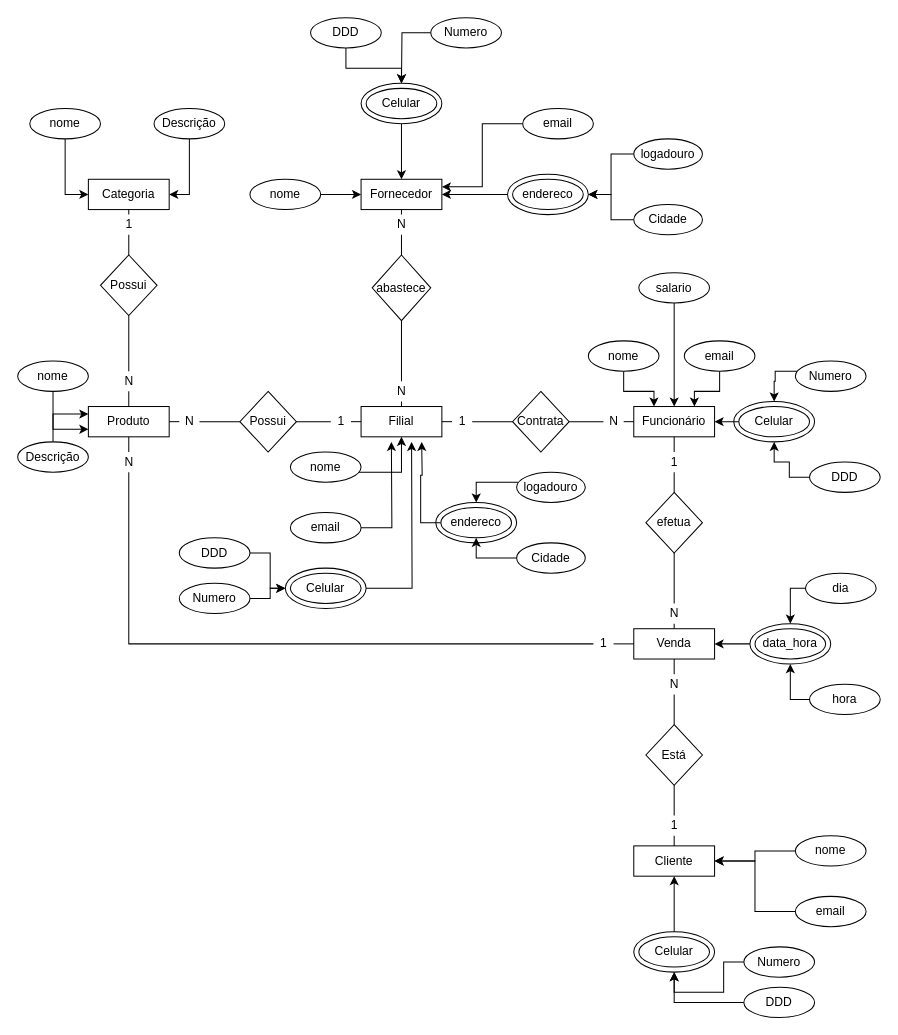
VaneskaSousa/database-subject keeps this draw.io diagram as TF03/TF03_1.drawio. Above is the earlier version. Source tidied: cells renumbered, new cells numbered last; positions are measured from the earlier drawing's top-left corner, leaving out a move shared by most shapes. Both pictures are drawn from the tidied source at 101%, with x=0, y=0 at pixel (17, 17).
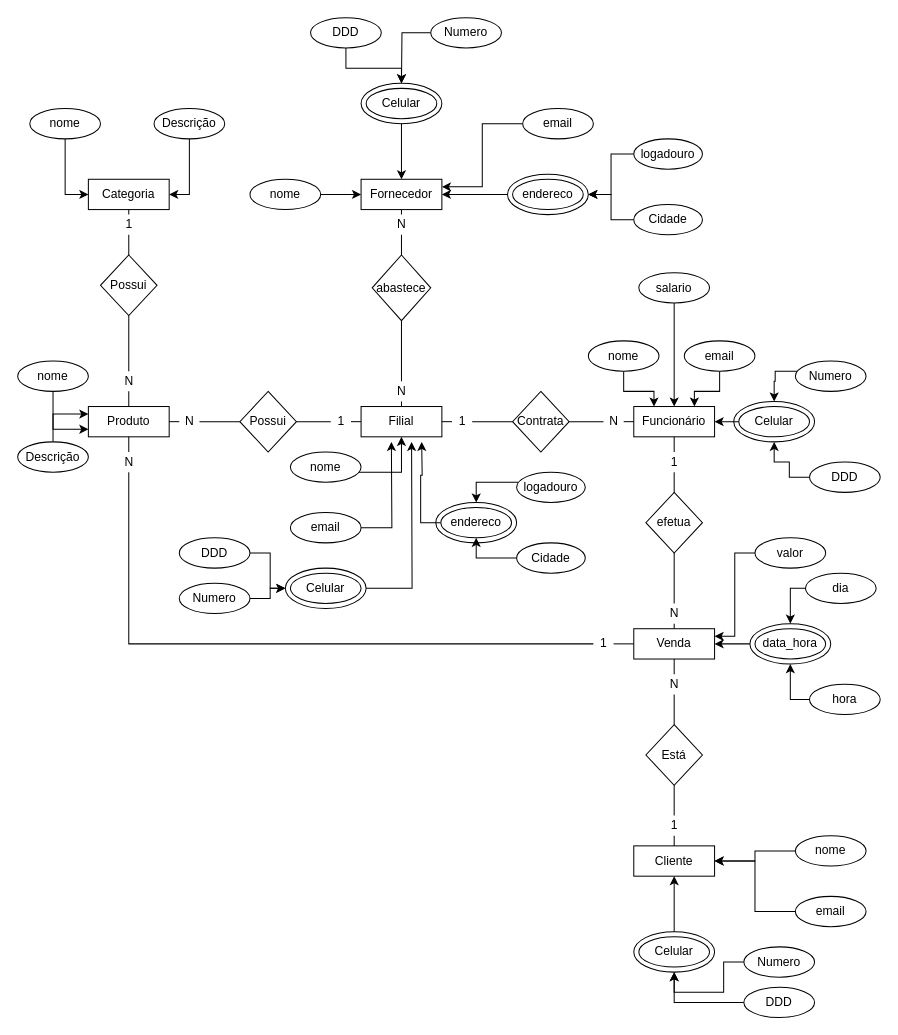
The same diagram, later.

Commit message (it also covers changes not shown here):
add valor atribute on TF03 MER exercise

Unchanged cells that the change refers to:
```xml
<mxCell id="5" value="Venda" style="rounded=0;whiteSpace=wrap;html=1;" parent="1" vertex="1">
  <mxGeometry x="610" y="605" width="80" height="30" as="geometry" />
</mxCell>
```

Change to the diagram source:
```diff
@@
+    <mxCell id="131" style="edgeStyle=orthogonalEdgeStyle;rounded=0;jettySize=auto;html=1;entryX=1;entryY=0.25;entryDx=0;entryDy=0;" parent="1" edge="1" source="132" target="5">
+      <mxGeometry relative="1" as="geometry" />
+    </mxCell>
+    <mxCell id="132" value="valor" style="ellipse;whiteSpace=wrap;html=1;" parent="1" vertex="1">
+      <mxGeometry x="730" y="515" width="70" height="30" as="geometry" />
+    </mxCell>
```
